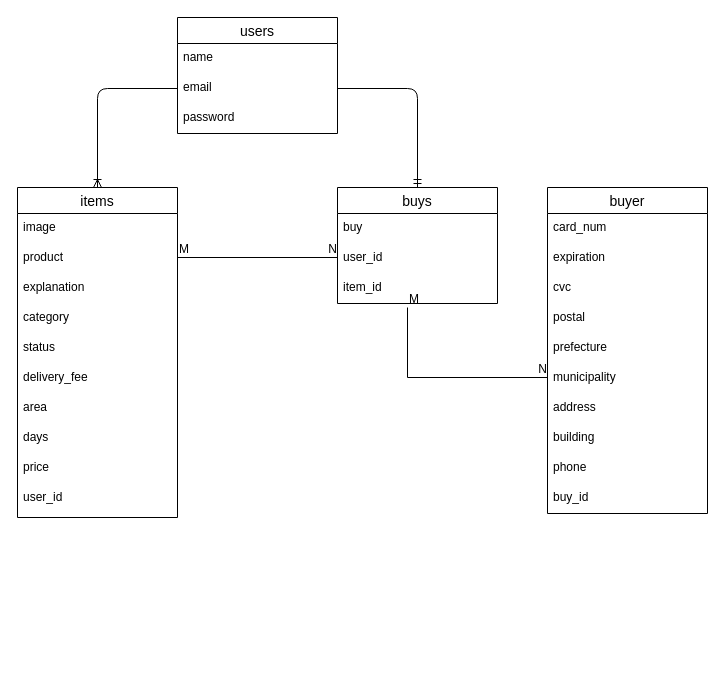
This is ER.dio from toshiki-amii/furima-35011, a draw.io file, before an edit. Source tidied: cells renumbered, new cells numbered last; positions are measured from the earlier drawing's top-left corner, leaving out a move shared by most shapes. Both pictures are drawn from the tidied source at 100%, with x=0, y=0 at pixel (17, 17).
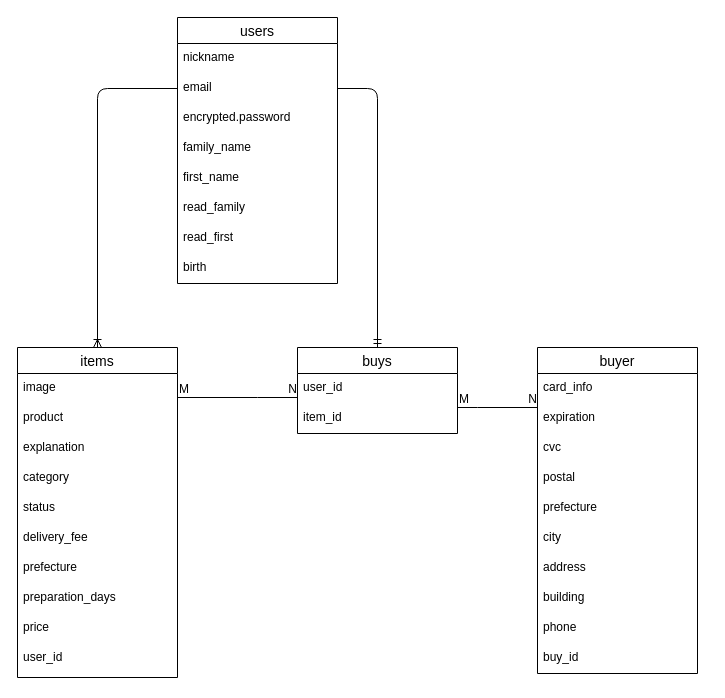
The same page after the edit.

Commit message (it also covers changes not shown here):
ER図/READMEの修正

The change refers to these unchanged cells:
```xml
<mxCell id="31" value="email" style="text;strokeColor=none;fillColor=none;spacingLeft=4;spacingRight=4;overflow=hidden;points=[[0,0.5],[1,0.5]];portConstraint=eastwest;fontSize=12;" parent="29" vertex="1">
  <mxGeometry y="56" width="160" height="30" as="geometry" />
</mxCell>
```

The edit, as a diff of the source:
```diff
@@
     <mxCell id="2" value="items" style="swimlane;fontStyle=0;horizontal=1;startSize=26;align=center;fontSize=14;" parent="1" vertex="1">
-      <mxGeometry y="170" width="160" height="330" as="geometry" />
+      <mxGeometry y="330" width="160" height="330" as="geometry" />
     </mxCell>
@@
-    <mxCell id="9" value="area" style="text;strokeColor=none;fillColor=none;spacingLeft=4;spacingRight=4;overflow=hidden;fontSize=12;" parent="2" vertex="1">
+    <mxCell id="9" value="prefecture" style="text;strokeColor=none;fillColor=none;spacingLeft=4;spacingRight=4;overflow=hidden;fontSize=12;" parent="2" vertex="1">
       <mxGeometry y="206" width="160" height="30" as="geometry" />
     </mxCell>
-    <mxCell id="10" value="days" style="text;strokeColor=none;fillColor=none;spacingLeft=4;spacingRight=4;overflow=hidden;fontSize=12;" parent="2" vertex="1">
+    <mxCell id="10" value="preparation_days" style="text;strokeColor=none;fillColor=none;spacingLeft=4;spacingRight=4;overflow=hidden;fontSize=12;" parent="2" vertex="1">
       <mxGeometry y="236" width="160" height="30" as="geometry" />
     </mxCell>
@@
     <mxCell id="13" value="buys" style="swimlane;fontStyle=0;horizontal=1;startSize=26;align=center;fontSize=14;" parent="1" vertex="1">
-      <mxGeometry x="320" y="170" width="160" height="116" as="geometry" />
+      <mxGeometry x="280" y="330" width="160" height="86" as="geometry" />
     </mxCell>
-    <mxCell id="14" value="buy" style="text;strokeColor=none;fillColor=none;spacingLeft=4;spacingRight=4;overflow=hidden;fontSize=12;" parent="13" vertex="1">
-      <mxGeometry y="26" width="160" height="30" as="geometry" />
-    </mxCell>
     <mxCell id="15" value="user_id" style="text;strokeColor=none;fillColor=none;spacingLeft=4;spacingRight=4;overflow=hidden;fontSize=12;" parent="13" vertex="1">
-      <mxGeometry y="56" width="160" height="30" as="geometry" />
+      <mxGeometry y="26" width="160" height="30" as="geometry" />
     </mxCell>
     <mxCell id="16" value="item_id" style="text;strokeColor=none;fillColor=none;spacingLeft=4;spacingRight=4;overflow=hidden;fontSize=12;" parent="13" vertex="1">
-      <mxGeometry y="86" width="160" height="30" as="geometry" />
+      <mxGeometry y="56" width="160" height="30" as="geometry" />
     </mxCell>
     <mxCell id="17" value="buyer" style="swimlane;fontStyle=0;horizontal=1;startSize=26;align=center;fontSize=14;" parent="1" vertex="1">
-      <mxGeometry x="530" y="170" width="160" height="326" as="geometry" />
+      <mxGeometry x="520" y="330" width="160" height="326" as="geometry" />
     </mxCell>
-    <mxCell id="18" value="card_num" style="text;strokeColor=none;fillColor=none;spacingLeft=4;spacingRight=4;overflow=hidden;fontSize=12;" parent="17" vertex="1">
+    <mxCell id="18" value="card_info" style="text;strokeColor=none;fillColor=none;spacingLeft=4;spacingRight=4;overflow=hidden;fontSize=12;" parent="17" vertex="1">
       <mxGeometry y="26" width="160" height="30" as="geometry" />
     </mxCell>
@@
-    <mxCell id="23" value="municipality" style="text;strokeColor=none;fillColor=none;spacingLeft=4;spacingRight=4;overflow=hidden;fontSize=12;" parent="17" vertex="1">
+    <mxCell id="23" value="city" style="text;strokeColor=none;fillColor=none;spacingLeft=4;spacingRight=4;overflow=hidden;fontSize=12;" parent="17" vertex="1">
       <mxGeometry y="176" width="160" height="30" as="geometry" />
     </mxCell>
@@
     <mxCell id="29" value="users" style="swimlane;fontStyle=0;horizontal=1;startSize=26;align=center;fontSize=14;" parent="1" vertex="1">
-      <mxGeometry x="160" width="160" height="116" as="geometry" />
+      <mxGeometry x="160" width="160" height="266" as="geometry" />
     </mxCell>
-    <mxCell id="30" value="name" style="text;strokeColor=none;fillColor=none;spacingLeft=4;spacingRight=4;overflow=hidden;fontSize=12;" parent="29" vertex="1">
+    <mxCell id="30" value="nickname" style="text;strokeColor=none;fillColor=none;spacingLeft=4;spacingRight=4;overflow=hidden;fontSize=12;" parent="29" vertex="1">
       <mxGeometry y="26" width="160" height="30" as="geometry" />
     </mxCell>
@@
+    <mxCell id="40" value="encrypted.password" style="text;strokeColor=none;fillColor=none;spacingLeft=4;spacingRight=4;overflow=hidden;fontSize=12;" parent="29" vertex="1">
+      <mxGeometry y="86" width="160" height="30" as="geometry" />
+    </mxCell>
+    <mxCell id="41" value="family_name" style="text;strokeColor=none;fillColor=none;spacingLeft=4;spacingRight=4;overflow=hidden;fontSize=12;" parent="29" vertex="1">
+      <mxGeometry y="116" width="160" height="30" as="geometry" />
+    </mxCell>
+    <mxCell id="42" value="first_name" style="text;strokeColor=none;fillColor=none;spacingLeft=4;spacingRight=4;overflow=hidden;fontSize=12;" parent="29" vertex="1">
+      <mxGeometry y="146" width="160" height="30" as="geometry" />
+    </mxCell>
+    <mxCell id="43" value="read_family" style="text;strokeColor=none;fillColor=none;spacingLeft=4;spacingRight=4;overflow=hidden;fontSize=12;" parent="29" vertex="1">
+      <mxGeometry y="176" width="160" height="30" as="geometry" />
+    </mxCell>
+    <mxCell id="44" value="read_first" style="text;strokeColor=none;fillColor=none;spacingLeft=4;spacingRight=4;overflow=hidden;fontSize=12;" parent="29" vertex="1">
+      <mxGeometry y="206" width="160" height="30" as="geometry" />
+    </mxCell>
-    <mxCell id="32" value="password" style="text;strokeColor=none;fillColor=none;spacingLeft=4;spacingRight=4;overflow=hidden;fontSize=12;" parent="29" vertex="1">
-      <mxGeometry y="86" width="160" height="30" as="geometry" />
+    <mxCell id="32" value="birth" style="text;strokeColor=none;fillColor=none;spacingLeft=4;spacingRight=4;overflow=hidden;fontSize=12;" parent="29" vertex="1">
+      <mxGeometry y="236" width="160" height="30" as="geometry" />
     </mxCell>
     <mxCell id="33" style="endArrow=none;html=1;rounded=0;" parent="1" edge="1">
       <mxGeometry relative="1" as="geometry">
-        <mxPoint x="160" y="240" as="sourcePoint" />
-        <mxPoint x="320" y="240" as="targetPoint" />
+        <mxPoint x="160" y="380" as="sourcePoint" />
+        <mxPoint x="280" y="380" as="targetPoint" />
+        <Array as="points">
+          <mxPoint x="240" y="380" />
+        </Array>
       </mxGeometry>
     </mxCell>
@@
-    <mxCell id="36" style="endArrow=none;html=1;rounded=0;edgeStyle=elbowEdgeStyle;elbow=vertical;" parent="1" edge="1">
-      <mxGeometry relative="1" as="geometry">
-        <mxPoint x="390" y="290" as="sourcePoint" />
-        <mxPoint x="530" y="360" as="targetPoint" />
-        <Array as="points">
-          <mxPoint x="440" y="360" />
-        </Array>
-      </mxGeometry>
-    </mxCell>
+    <mxCell id="39" style="edgeStyle=orthogonalEdgeStyle;fontSize=12;html=1;endArrow=ERmandOne;exitX=1;exitY=0.5;exitDx=0;exitDy=0;entryX=0.5;entryY=0;entryDx=0;entryDy=0;" parent="1" edge="1" source="31" target="13">
+      <mxGeometry relative="1" as="geometry" />
+    </mxCell>
+    <mxCell id="45" style="endArrow=none;html=1;rounded=0;" parent="1" edge="1">
+      <mxGeometry relative="1" as="geometry">
+        <mxPoint x="440" y="390" as="sourcePoint" />
+        <mxPoint x="520" y="390" as="targetPoint" />
+        <Array as="points">
+          <mxPoint x="460" y="390" />
+        </Array>
+      </mxGeometry>
+    </mxCell>
-    <mxCell id="37" value="M" style="html=1;align=left;verticalAlign=bottom;" parent="36" vertex="1">
+    <mxCell id="37" value="M" style="html=1;align=left;verticalAlign=bottom;" parent="45" vertex="1">
       <mxGeometry x="-1" relative="1" as="geometry" />
     </mxCell>
-    <mxCell id="38" value="N" style="html=1;align=right;verticalAlign=bottom;" parent="36" vertex="1">
+    <mxCell id="38" value="N" style="html=1;align=right;verticalAlign=bottom;" parent="45" vertex="1">
       <mxGeometry x="1" relative="1" as="geometry" />
     </mxCell>
-    <mxCell id="39" style="edgeStyle=orthogonalEdgeStyle;fontSize=12;html=1;endArrow=ERmandOne;exitX=1;exitY=0.5;exitDx=0;exitDy=0;entryX=0.5;entryY=0;entryDx=0;entryDy=0;" parent="1" edge="1" source="31" target="13">
-      <mxGeometry relative="1" as="geometry" />
-    </mxCell>
```
